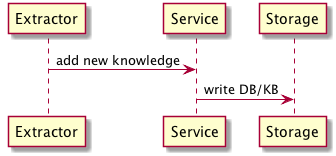
Earlier version of the PlantUML export sa/uml/process-view-extract.png (nanoix9/2019Papers).
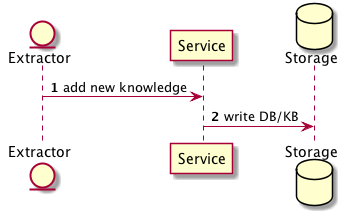
Later version of the same file.

Change to the diagram source:
```diff
@@ -1,4 +1,11 @@
 @startuml
+
+entity Extractor
+participant Service
+database Storage
+
+autonumber
+
 Extractor -> Service: add new knowledge
 Service -> Storage: write DB/KB
 
```
